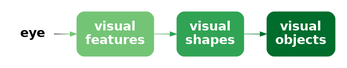
Earlier version of the Graphviz export Diagrams/visual-processing.png (pmur002/hdvw). Its source is kept beside it as Diagrams/visual-processing.dot.
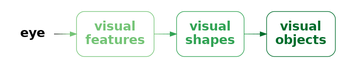
Above is the later version.

Diff of the diagram source:
```diff
@@ -3,12 +3,12 @@
   node [ fontsize=20; fontname="sans bold"; margin=.2 ];
   eye [ label="eye"; shape=none; ]
   basic [ label="visual\nfeatures"; shape=box;
-       style="filled, rounded"; penwidth=0; fontcolor=white; fillcolor="#74C476" ]
+       style="rounded"; color="#74C476"; fontcolor="#74C476" ]
   shapes [ label="visual\nshapes"; shape=box;
-        style="filled, rounded"; penwidth=0; fontcolor=white; fillcolor="#31A354" ]
+        style="rounded"; color="#31A354"; fontcolor="#31A354" ]
   objects [ label="visual\nobjects"; shape=box;
-         style="filled, rounded"; penwidth=0; fontcolor=white; fillcolor="#006D2C" ]
-  eye -> basic [ color="#000000;0.1:#0D160D;0.1:#1A2C1A;0.1:#274127;0.1:#345734;0.1:#406D42;0.1:#4D834F;0.1:#5A985C;0.1:#67AE69;0.1:#74C476;0.1" ]
-  basic -> shapes [ color="#74C476;0.1:#6DC072;0.1:#65BD6E;0.1:#5EB96B;0.1:#56B567;0.1:#4FB263;0.1:#47AE5F;0.1:#40AA5C;0.1:#38A758;0.1:#31A354;0.1" ]
-  shapes -> objects [ color="#31A354;0.1:#2C9D50;0.1:#26974B;0.1:#219147;0.1:#1B8B42;0.1:#16853E;0.1:#107F39;0.1:#0B7935;0.1:#057330;0.1:#006D2C;0.1" ]
+         style="rounded"; color="#006D2C"; fontcolor="#006D2C" ]
+  eye -> basic [ style="solid", color="#000000;0.1:#0D160D;0.1:#1A2C1A;0.1:#274127;0.1:#345734;0.1:#406D42;0.1:#4D834F;0.1:#5A985C;0.1:#67AE69;0.1:#74C476;0.1" ]
+  basic -> shapes [ style="solid", color="#74C476;0.1:#6DC072;0.1:#65BD6E;0.1:#5EB96B;0.1:#56B567;0.1:#4FB263;0.1:#47AE5F;0.1:#40AA5C;0.1:#38A758;0.1:#31A354;0.1" ]
+  shapes -> objects [ style="solid", color="#31A354;0.1:#2C9D50;0.1:#26974B;0.1:#219147;0.1:#1B8B42;0.1:#16853E;0.1:#107F39;0.1:#0B7935;0.1:#057330;0.1:#006D2C;0.1" ]
 }
```
